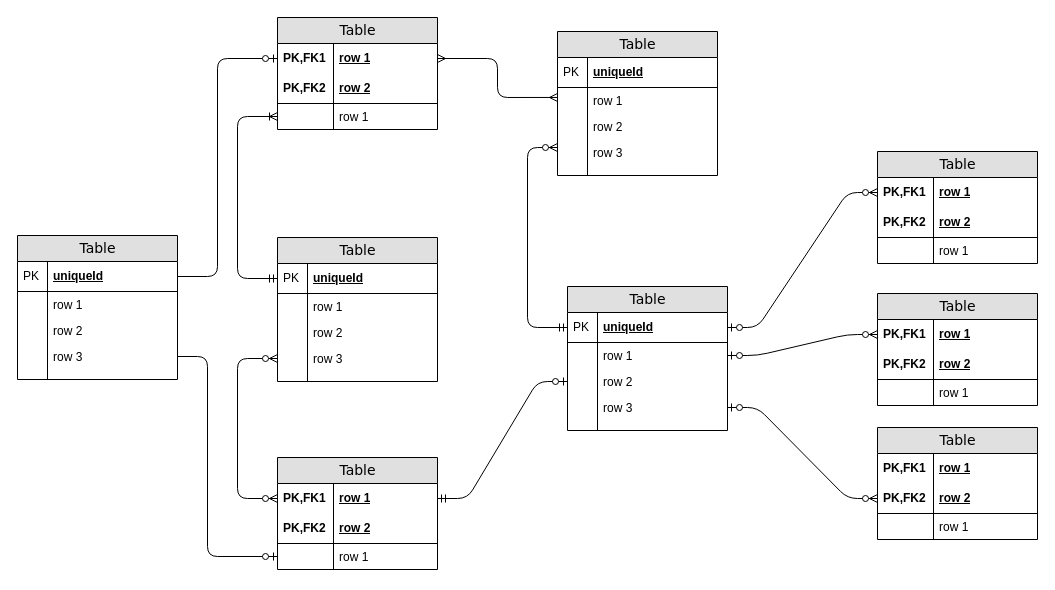
Earlier version of the draw.io diagram Untitled Diagram.drawio (Melaniewit/Melaniewit). Source tidied: cells renumbered, new cells numbered last; positions are measured from the earlier drawing's top-left corner, leaving out a move shared by most shapes. Both pictures are drawn from the tidied source at 100%, with x=0, y=0 at pixel (17, 17).
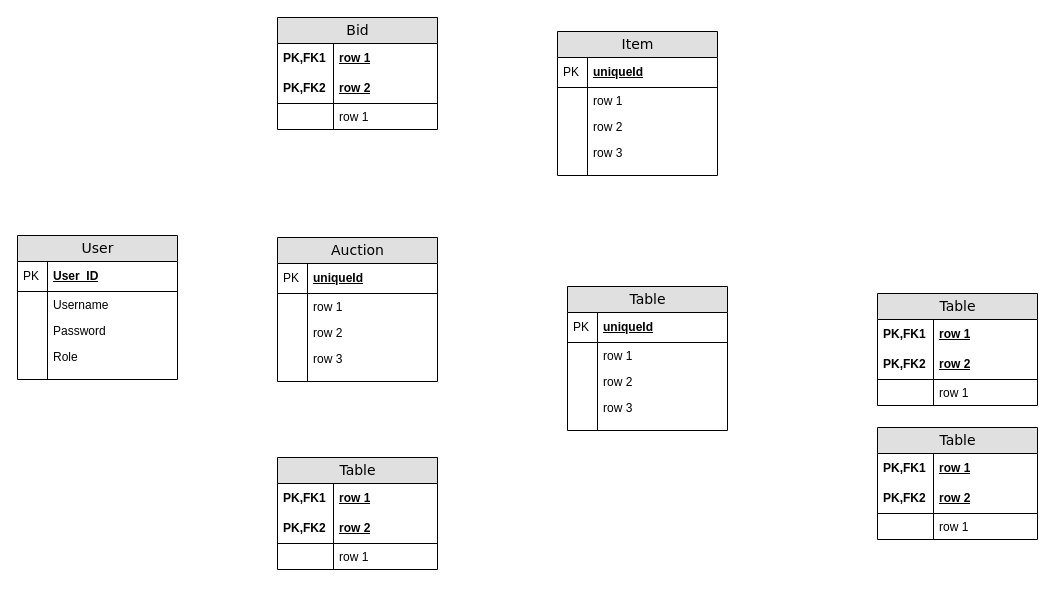
Above is the later version.

Commit message:
Online Auction system.drawio

Unchanged cells that the change refers to:
```xml
<mxCell id="3" value="row 1" style="shape=partialRectangle;top=0;left=0;right=0;bottom=0;html=1;align=left;verticalAlign=middle;fillColor=none;spacingLeft=60;spacingRight=4;whiteSpace=wrap;overflow=hidden;points=[[0,0.5],[1,0.5]];portConstraint=eastwest;fontStyle=5;" parent="2" vertex="1">
  <mxGeometry y="26" width="160" height="30" as="geometry" />
</mxCell>
<mxCell id="7" value="row 1" style="shape=partialRectangle;top=0;left=0;right=0;bottom=0;html=1;align=left;verticalAlign=top;fillColor=none;spacingLeft=60;spacingRight=4;whiteSpace=wrap;overflow=hidden;points=[[0,0.5],[1,0.5]];portConstraint=eastwest;" parent="2" vertex="1">
  <mxGeometry y="86" width="160" height="26" as="geometry" />
</mxCell>
<mxCell id="12" value="row 1" style="shape=partialRectangle;top=0;left=0;right=0;bottom=0;html=1;align=left;verticalAlign=top;fillColor=none;spacingLeft=34;spacingRight=4;whiteSpace=wrap;overflow=hidden;points=[[0,0.5],[1,0.5]];portConstraint=eastwest;" parent="9" vertex="1">
  <mxGeometry y="56" width="160" height="26" as="geometry" />
</mxCell>
<mxCell id="16" value="row 3" style="shape=partialRectangle;top=0;left=0;right=0;bottom=0;html=1;align=left;verticalAlign=top;fillColor=none;spacingLeft=34;spacingRight=4;whiteSpace=wrap;overflow=hidden;points=[[0,0.5],[1,0.5]];portConstraint=eastwest;" parent="9" vertex="1">
  <mxGeometry y="108" width="160" height="26" as="geometry" />
</mxCell>
<mxCell id="21" value="uniqueId" style="shape=partialRectangle;top=0;left=0;right=0;bottom=1;html=1;align=left;verticalAlign=middle;fillColor=none;spacingLeft=34;spacingRight=4;whiteSpace=wrap;overflow=hidden;points=[[0,0.5],[1,0.5]];portConstraint=eastwest;fontStyle=5;" parent="20" vertex="1">
  <mxGeometry y="26" width="160" height="30" as="geometry" />
</mxCell>
<mxCell id="27" value="row 3" style="shape=partialRectangle;top=0;left=0;right=0;bottom=0;html=1;align=left;verticalAlign=top;fillColor=none;spacingLeft=34;spacingRight=4;whiteSpace=wrap;overflow=hidden;points=[[0,0.5],[1,0.5]];portConstraint=eastwest;" parent="20" vertex="1">
  <mxGeometry y="108" width="160" height="26" as="geometry" />
</mxCell>
<mxCell id="32" value="uniqueId" style="shape=partialRectangle;top=0;left=0;right=0;bottom=1;html=1;align=left;verticalAlign=middle;fillColor=none;spacingLeft=34;spacingRight=4;whiteSpace=wrap;overflow=hidden;points=[[0,0.5],[1,0.5]];portConstraint=eastwest;fontStyle=5;" parent="31" vertex="1">
  <mxGeometry y="26" width="160" height="30" as="geometry" />
</mxCell>
<mxCell id="34" value="row 1" style="shape=partialRectangle;top=0;left=0;right=0;bottom=0;html=1;align=left;verticalAlign=top;fillColor=none;spacingLeft=34;spacingRight=4;whiteSpace=wrap;overflow=hidden;points=[[0,0.5],[1,0.5]];portConstraint=eastwest;" parent="31" vertex="1">
  <mxGeometry y="56" width="160" height="26" as="geometry" />
</mxCell>
<mxCell id="36" value="row 2" style="shape=partialRectangle;top=0;left=0;right=0;bottom=0;html=1;align=left;verticalAlign=top;fillColor=none;spacingLeft=34;spacingRight=4;whiteSpace=wrap;overflow=hidden;points=[[0,0.5],[1,0.5]];portConstraint=eastwest;" parent="31" vertex="1">
  <mxGeometry y="82" width="160" height="26" as="geometry" />
</mxCell>
<mxCell id="38" value="row 3" style="shape=partialRectangle;top=0;left=0;right=0;bottom=0;html=1;align=left;verticalAlign=top;fillColor=none;spacingLeft=34;spacingRight=4;whiteSpace=wrap;overflow=hidden;points=[[0,0.5],[1,0.5]];portConstraint=eastwest;" parent="31" vertex="1">
  <mxGeometry y="108" width="160" height="26" as="geometry" />
</mxCell>
<mxCell id="50" value="row 1" style="shape=partialRectangle;top=0;left=0;right=0;bottom=0;html=1;align=left;verticalAlign=middle;fillColor=none;spacingLeft=60;spacingRight=4;whiteSpace=wrap;overflow=hidden;points=[[0,0.5],[1,0.5]];portConstraint=eastwest;fontStyle=5;" parent="49" vertex="1">
  <mxGeometry y="26" width="160" height="30" as="geometry" />
</mxCell>
<mxCell id="54" value="row 1" style="shape=partialRectangle;top=0;left=0;right=0;bottom=0;html=1;align=left;verticalAlign=top;fillColor=none;spacingLeft=60;spacingRight=4;whiteSpace=wrap;overflow=hidden;points=[[0,0.5],[1,0.5]];portConstraint=eastwest;" parent="49" vertex="1">
  <mxGeometry y="86" width="160" height="26" as="geometry" />
</mxCell>
<mxCell id="63" value="row 1" style="shape=partialRectangle;top=0;left=0;right=0;bottom=0;html=1;align=left;verticalAlign=middle;fillColor=none;spacingLeft=60;spacingRight=4;whiteSpace=wrap;overflow=hidden;points=[[0,0.5],[1,0.5]];portConstraint=eastwest;fontStyle=5;" parent="62" vertex="1">
  <mxGeometry y="26" width="160" height="30" as="geometry" />
</mxCell>
<mxCell id="72" value="row 2" style="shape=partialRectangle;top=0;left=0;right=0;bottom=1;html=1;align=left;verticalAlign=middle;fillColor=none;spacingLeft=60;spacingRight=4;whiteSpace=wrap;overflow=hidden;points=[[0,0.5],[1,0.5]];portConstraint=eastwest;fontStyle=5;" parent="69" vertex="1">
  <mxGeometry y="56" width="160" height="30" as="geometry" />
</mxCell>
```

Diff of the diagram source:
```diff
@@
-    <mxCell id="2" value="Table" style="swimlane;html=1;fontStyle=0;horizontal=1;startSize=26;fillColor=#e0e0e0;swimlaneFillColor=#ffffff;align=center;rounded=0;shadow=0;comic=0;labelBackgroundColor=none;strokeWidth=1;fontFamily=Verdana;fontSize=14;" parent="1" vertex="1">
+    <mxCell id="2" value="Bid" style="swimlane;html=1;fontStyle=0;horizontal=1;startSize=26;fillColor=#e0e0e0;swimlaneFillColor=#ffffff;align=center;rounded=0;shadow=0;comic=0;labelBackgroundColor=none;strokeWidth=1;fontFamily=Verdana;fontSize=14;" parent="1" vertex="1">
       <mxGeometry x="260" width="160" height="112" as="geometry" />
     </mxCell>
@@
-    <mxCell id="9" value="Table" style="swimlane;html=1;fontStyle=0;horizontal=1;startSize=26;fillColor=#e0e0e0;swimlaneFillColor=#ffffff;align=center;rounded=0;shadow=0;comic=0;labelBackgroundColor=none;strokeWidth=1;fontFamily=Verdana;fontSize=14;swimlaneLine=1;" parent="1" vertex="1">
+    <mxCell id="9" value="Item" style="swimlane;html=1;fontStyle=0;horizontal=1;startSize=26;fillColor=#e0e0e0;swimlaneFillColor=#ffffff;align=center;rounded=0;shadow=0;comic=0;labelBackgroundColor=none;strokeWidth=1;fontFamily=Verdana;fontSize=14;swimlaneLine=1;" parent="1" vertex="1">
       <mxGeometry x="540" y="14" width="160" height="144" as="geometry" />
     </mxCell>
@@
-    <mxCell id="20" value="Table" style="swimlane;html=1;fontStyle=0;horizontal=1;startSize=26;fillColor=#e0e0e0;swimlaneFillColor=#ffffff;align=center;rounded=0;shadow=0;comic=0;labelBackgroundColor=none;strokeWidth=1;fontFamily=Verdana;fontSize=14;" parent="1" vertex="1">
+    <mxCell id="20" value="Auction" style="swimlane;html=1;fontStyle=0;horizontal=1;startSize=26;fillColor=#e0e0e0;swimlaneFillColor=#ffffff;align=center;rounded=0;shadow=0;comic=0;labelBackgroundColor=none;strokeWidth=1;fontFamily=Verdana;fontSize=14;" parent="1" vertex="1">
       <mxGeometry x="260" y="220" width="160" height="144" as="geometry" />
     </mxCell>
@@
-    <mxCell id="42" value="Table" style="swimlane;html=1;fontStyle=0;horizontal=1;startSize=26;fillColor=#e0e0e0;swimlaneFillColor=#ffffff;align=center;rounded=0;shadow=0;comic=0;labelBackgroundColor=none;strokeWidth=1;fontFamily=Verdana;fontSize=14;" parent="1" vertex="1">
-      <mxGeometry x="860" y="134" width="160" height="112" as="geometry" />
-    </mxCell>
-    <mxCell id="43" value="row 1" style="shape=partialRectangle;top=0;left=0;right=0;bottom=0;html=1;align=left;verticalAlign=middle;fillColor=none;spacingLeft=60;spacingRight=4;whiteSpace=wrap;overflow=hidden;points=[[0,0.5],[1,0.5]];portConstraint=eastwest;fontStyle=5;" parent="42" vertex="1">
-      <mxGeometry y="26" width="160" height="30" as="geometry" />
-    </mxCell>
-    <mxCell id="44" value="PK,FK1" style="shape=partialRectangle;fontStyle=1;top=0;left=0;bottom=0;html=1;fillColor=none;align=left;verticalAlign=middle;spacingLeft=4;spacingRight=4;whiteSpace=wrap;overflow=hidden;" parent="43" vertex="1">
-      <mxGeometry width="56" height="30" as="geometry" />
-    </mxCell>
-    <mxCell id="45" value="row 2" style="shape=partialRectangle;top=0;left=0;right=0;bottom=1;html=1;align=left;verticalAlign=middle;fillColor=none;spacingLeft=60;spacingRight=4;whiteSpace=wrap;overflow=hidden;fontStyle=5;" parent="42" vertex="1">
-      <mxGeometry y="56" width="160" height="30" as="geometry" />
-    </mxCell>
-    <mxCell id="46" value="PK,FK2" style="shape=partialRectangle;fontStyle=1;top=0;left=0;bottom=0;html=1;fillColor=none;align=left;verticalAlign=middle;spacingLeft=4;spacingRight=4;whiteSpace=wrap;overflow=hidden;" parent="45" vertex="1">
-      <mxGeometry width="56" height="30" as="geometry" />
-    </mxCell>
-    <mxCell id="47" value="row 1" style="shape=partialRectangle;top=0;left=0;right=0;bottom=0;html=1;align=left;verticalAlign=top;fillColor=none;spacingLeft=60;spacingRight=4;whiteSpace=wrap;overflow=hidden;" parent="42" vertex="1">
-      <mxGeometry y="86" width="160" height="26" as="geometry" />
-    </mxCell>
-    <mxCell id="48" style="shape=partialRectangle;top=0;left=0;bottom=0;html=1;fillColor=none;align=left;verticalAlign=top;spacingLeft=4;spacingRight=4;whiteSpace=wrap;overflow=hidden;" parent="47" vertex="1">
-      <mxGeometry width="56" height="26" as="geometry" />
-    </mxCell>
@@
-    <mxCell id="56" style="edgeStyle=orthogonalEdgeStyle;html=1;endArrow=ERoneToMany;startArrow=ERmandOne;labelBackgroundColor=none;fontFamily=Verdana;fontSize=14;entryX=0;entryY=0.5;exitX=0;exitY=0.5;" parent="1" edge="1" source="21" target="7">
-      <mxGeometry relative="1" as="geometry">
-        <Array as="points">
-          <mxPoint x="220" y="261" />
-          <mxPoint x="220" y="99" />
-        </Array>
-      </mxGeometry>
-    </mxCell>
-    <mxCell id="57" style="edgeStyle=orthogonalEdgeStyle;html=1;endArrow=ERzeroToMany;endFill=1;startArrow=ERzeroToMany;labelBackgroundColor=none;fontFamily=Verdana;fontSize=14;entryX=0;entryY=0.5;exitX=0;exitY=0.5;" parent="1" edge="1" source="50" target="27">
-      <mxGeometry relative="1" as="geometry">
-        <Array as="points">
-          <mxPoint x="220" y="481" />
-          <mxPoint x="220" y="341" />
-        </Array>
-      </mxGeometry>
-    </mxCell>
-    <mxCell id="58" style="edgeStyle=orthogonalEdgeStyle;html=1;endArrow=ERmany;startArrow=ERmany;labelBackgroundColor=none;fontFamily=Verdana;fontSize=14;entryX=1;entryY=0.5;exitX=0;exitY=0.383;exitPerimeter=0;" parent="1" edge="1" source="12" target="3">
-      <mxGeometry relative="1" as="geometry">
-        <Array as="points">
-          <mxPoint x="480" y="80" />
-          <mxPoint x="480" y="41" />
-        </Array>
-      </mxGeometry>
-    </mxCell>
-    <mxCell id="59" style="edgeStyle=orthogonalEdgeStyle;html=1;endArrow=ERzeroToMany;startArrow=ERmandOne;labelBackgroundColor=none;fontFamily=Verdana;fontSize=14;entryX=0;entryY=0.308;entryPerimeter=0;exitX=0;exitY=0.5;" parent="1" edge="1" source="32" target="16">
-      <mxGeometry relative="1" as="geometry">
-        <Array as="points">
-          <mxPoint x="510" y="310" />
-          <mxPoint x="510" y="130" />
-        </Array>
-      </mxGeometry>
-    </mxCell>
-    <mxCell id="60" style="edgeStyle=entityRelationEdgeStyle;html=1;endArrow=ERzeroToOne;startArrow=ERmandOne;labelBackgroundColor=none;fontFamily=Verdana;fontSize=14;exitX=1;exitY=0.5;entryX=0;entryY=0.5;" parent="1" edge="1" source="50" target="36">
-      <mxGeometry relative="1" as="geometry" />
-    </mxCell>
-    <mxCell id="61" style="edgeStyle=entityRelationEdgeStyle;html=1;endArrow=ERzeroToMany;startArrow=ERzeroToOne;labelBackgroundColor=none;fontFamily=Verdana;fontSize=14;entryX=0;entryY=0.5;exitX=1;exitY=0.5;" parent="1" edge="1" source="32" target="43">
-      <mxGeometry relative="1" as="geometry" />
-    </mxCell>
@@
-    <mxCell id="76" style="edgeStyle=entityRelationEdgeStyle;html=1;endArrow=ERzeroToMany;startArrow=ERzeroToOne;labelBackgroundColor=none;fontFamily=Verdana;fontSize=14;entryX=0;entryY=0.5;exitX=1;exitY=0.5;" parent="1" edge="1" source="34" target="63">
-      <mxGeometry relative="1" as="geometry" />
-    </mxCell>
-    <mxCell id="77" style="edgeStyle=entityRelationEdgeStyle;html=1;endArrow=ERzeroToMany;startArrow=ERzeroToOne;labelBackgroundColor=none;fontFamily=Verdana;fontSize=14;entryX=0;entryY=0.5;exitX=1;exitY=0.5;" parent="1" edge="1" source="38" target="72">
-      <mxGeometry relative="1" as="geometry" />
-    </mxCell>
-    <mxCell id="78" value="Table" style="swimlane;html=1;fontStyle=0;horizontal=1;startSize=26;fillColor=#e0e0e0;swimlaneFillColor=#ffffff;align=center;rounded=0;shadow=0;comic=0;labelBackgroundColor=none;strokeWidth=1;fontFamily=Verdana;fontSize=14;" parent="1" vertex="1">
+    <mxCell id="78" value="User" style="swimlane;html=1;fontStyle=0;horizontal=1;startSize=26;fillColor=#e0e0e0;swimlaneFillColor=#ffffff;align=center;rounded=0;shadow=0;comic=0;labelBackgroundColor=none;strokeWidth=1;fontFamily=Verdana;fontSize=14;" parent="1" vertex="1">
       <mxGeometry y="218" width="160" height="144" as="geometry" />
     </mxCell>
-    <mxCell id="79" value="uniqueId" style="shape=partialRectangle;top=0;left=0;right=0;bottom=1;html=1;align=left;verticalAlign=middle;fillColor=none;spacingLeft=34;spacingRight=4;whiteSpace=wrap;overflow=hidden;points=[[0,0.5],[1,0.5]];portConstraint=eastwest;fontStyle=5;" parent="78" vertex="1">
+    <mxCell id="79" value="User_ID" style="shape=partialRectangle;top=0;left=0;right=0;bottom=1;html=1;align=left;verticalAlign=middle;fillColor=none;spacingLeft=34;spacingRight=4;whiteSpace=wrap;overflow=hidden;points=[[0,0.5],[1,0.5]];portConstraint=eastwest;fontStyle=5;" parent="78" vertex="1">
       <mxGeometry y="26" width="160" height="30" as="geometry" />
     </mxCell>
@@
-    <mxCell id="81" value="row 1" style="shape=partialRectangle;top=0;left=0;right=0;bottom=0;html=1;align=left;verticalAlign=top;fillColor=none;spacingLeft=34;spacingRight=4;whiteSpace=wrap;overflow=hidden;" parent="78" vertex="1">
+    <mxCell id="81" value="Username" style="shape=partialRectangle;top=0;left=0;right=0;bottom=0;html=1;align=left;verticalAlign=top;fillColor=none;spacingLeft=34;spacingRight=4;whiteSpace=wrap;overflow=hidden;" parent="78" vertex="1">
       <mxGeometry y="56" width="160" height="26" as="geometry" />
     </mxCell>
@@
-    <mxCell id="83" value="row 2" style="shape=partialRectangle;top=0;left=0;right=0;bottom=0;html=1;align=left;verticalAlign=top;fillColor=none;spacingLeft=34;spacingRight=4;whiteSpace=wrap;overflow=hidden;" parent="78" vertex="1">
+    <mxCell id="83" value="Password" style="shape=partialRectangle;top=0;left=0;right=0;bottom=0;html=1;align=left;verticalAlign=top;fillColor=none;spacingLeft=34;spacingRight=4;whiteSpace=wrap;overflow=hidden;" parent="78" vertex="1">
       <mxGeometry y="82" width="160" height="26" as="geometry" />
     </mxCell>
@@
-    <mxCell id="85" value="row 3" style="shape=partialRectangle;top=0;left=0;right=0;bottom=0;html=1;align=left;verticalAlign=top;fillColor=none;spacingLeft=34;spacingRight=4;whiteSpace=wrap;overflow=hidden;points=[[0,0.5],[1,0.5]];portConstraint=eastwest;" parent="78" vertex="1">
+    <mxCell id="85" value="Role" style="shape=partialRectangle;top=0;left=0;right=0;bottom=0;html=1;align=left;verticalAlign=top;fillColor=none;spacingLeft=34;spacingRight=4;whiteSpace=wrap;overflow=hidden;points=[[0,0.5],[1,0.5]];portConstraint=eastwest;" parent="78" vertex="1">
       <mxGeometry y="108" width="160" height="26" as="geometry" />
     </mxCell>
@@
-    <mxCell id="89" style="edgeStyle=orthogonalEdgeStyle;html=1;endArrow=ERzeroToOne;endFill=1;labelBackgroundColor=none;fontFamily=Verdana;fontSize=14;entryX=0;entryY=0.5;exitX=1;exitY=0.5;" parent="1" edge="1" source="79" target="3">
-      <mxGeometry relative="1" as="geometry">
-        <Array as="points">
-          <mxPoint x="200" y="259" />
-          <mxPoint x="200" y="41" />
-        </Array>
-      </mxGeometry>
-    </mxCell>
-    <mxCell id="90" style="edgeStyle=orthogonalEdgeStyle;html=1;endArrow=ERzeroToOne;endFill=1;labelBackgroundColor=none;fontFamily=Verdana;fontSize=14;entryX=0;entryY=0.5;exitX=1;exitY=0.5;" parent="1" edge="1" source="85" target="54">
-      <mxGeometry relative="1" as="geometry">
-        <Array as="points">
-          <mxPoint x="190" y="339" />
-          <mxPoint x="190" y="539" />
-        </Array>
-      </mxGeometry>
-    </mxCell>
```
